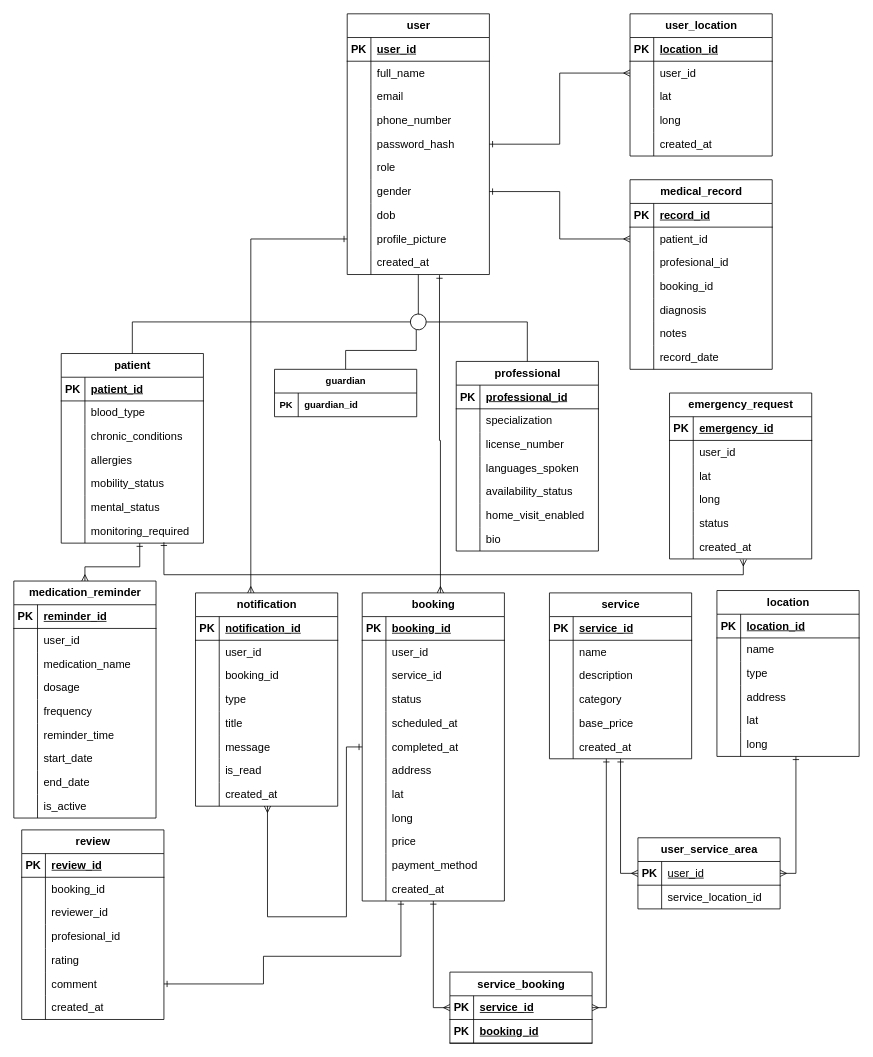
Earlier version of the draw.io diagram Dawi DB.drawio (TacoMaster04/draw.io). Source tidied: cells renumbered, new cells numbered last; positions are measured from the earlier drawing's top-left corner, leaving out a move shared by most shapes. Both pictures are drawn from the tidied source at 79%, with x=0, y=0 at pixel (13, 13).
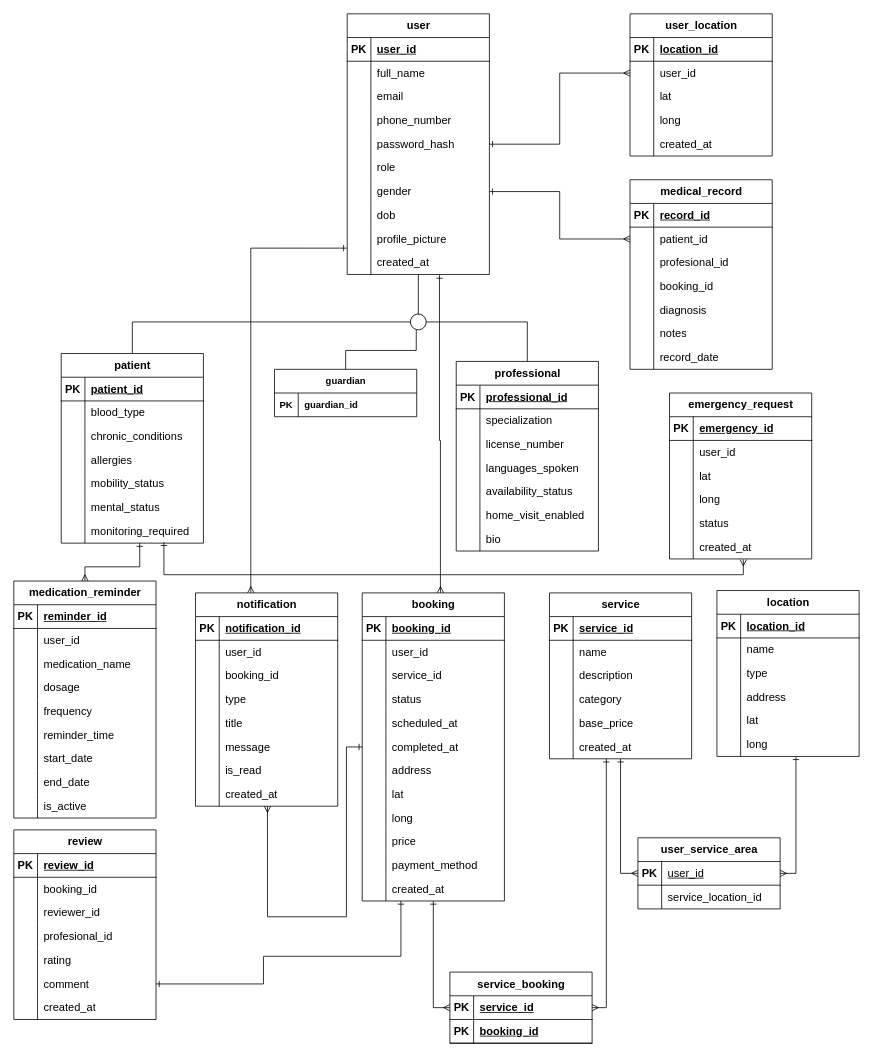
The same diagram, later.

Unchanged cells that the change refers to:
```xml
<mxCell id="32" style="shape=tableRow;horizontal=0;startSize=0;swimlaneHead=0;swimlaneBody=0;fillColor=none;points=[[0,0.5],[1,0.5]];portConstraint=eastwest;top=0;left=0;right=0;bottom=0;fontSize=14;" parent="7" vertex="1">
  <mxGeometry y="270" width="180" height="30" as="geometry" />
</mxCell>
<mxCell id="135" value="notification" style="shape=table;startSize=30;childLayout=tableLayout;rowLines=0;fontStyle=1;align=center;html=1;fontSize=14;" parent="1" vertex="1">
  <mxGeometry x="230" y="733" width="180" height="270" as="geometry" />
</mxCell>
```

Diff of the diagram source:
```diff
@@
     <mxCell id="200" value="review" style="shape=table;startSize=30;childLayout=tableLayout;rowLines=0;fontStyle=1;align=center;html=1;fontSize=14;" parent="1" vertex="1">
-      <mxGeometry x="10" y="1033" width="180" height="240" as="geometry" />
+      <mxGeometry y="1033" width="180" height="240" as="geometry" />
     </mxCell>
@@
-    <mxCell id="314" style="edgeStyle=orthogonalEdgeStyle;rounded=0;jettySize=auto;html=1;startArrow=ERone;startFill=0;endArrow=ERmany;endFill=0;exitX=0;exitY=0.5;exitDx=0;exitDy=0;fontSize=14;" parent="1" edge="1" source="32" target="135">
+    <mxCell id="314" style="edgeStyle=orthogonalEdgeStyle;rounded=0;jettySize=auto;html=1;startArrow=ERone;startFill=0;endArrow=ERmany;endFill=0;exitX=-0.003;exitY=0.887;exitDx=0;exitDy=0;fontSize=14;exitPerimeter=0;" parent="1" edge="1" source="32" target="135">
       <mxGeometry relative="1" as="geometry">
         <Array as="points">
-          <mxPoint x="300" y="285" />
+          <mxPoint x="300" y="297" />
         </Array>
       </mxGeometry>
     </mxCell>
```
